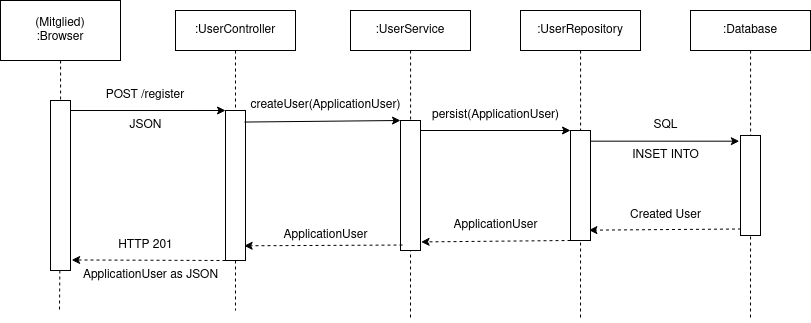
modermatt44/m223-project keeps this draw.io diagram as diagrams/sequenzdiagramm.png. Above is the earlier version. Source tidied: cells renumbered, new cells last; positions are measured from the earlier drawing's top-left corner, leaving out a move shared by most shapes. Its diagram source:
```xml
<mxGraphModel>
  <root>
    <mxCell id="0" />
    <mxCell id="1" parent="0" />
    <mxCell id="2" style="edgeStyle=orthogonalEdgeStyle;rounded=0;jettySize=auto;html=1;dashed=1;endArrow=none;endFill=0;" parent="1" edge="1" source="19">
      <mxGeometry relative="1" as="geometry">
        <mxPoint x="580" y="320" as="targetPoint" />
      </mxGeometry>
    </mxCell>
    <mxCell id="3" style="edgeStyle=orthogonalEdgeStyle;rounded=0;jettySize=auto;html=1;dashed=1;endArrow=none;endFill=0;" parent="1" edge="1" source="16">
      <mxGeometry relative="1" as="geometry">
        <mxPoint x="410" y="320" as="targetPoint" />
      </mxGeometry>
    </mxCell>
    <mxCell id="4" style="edgeStyle=orthogonalEdgeStyle;rounded=0;jettySize=auto;html=1;dashed=1;endArrow=none;endFill=0;" parent="1" edge="1" source="5">
      <mxGeometry relative="1" as="geometry">
        <mxPoint x="59" y="310" as="targetPoint" />
      </mxGeometry>
    </mxCell>
    <mxCell id="5" value="&lt;div&gt;(Mitglied)&lt;/div&gt;&lt;div&gt;:Browser&lt;br&gt;&lt;/div&gt;" style="rounded=0;whiteSpace=wrap;html=1;" parent="1" vertex="1">
      <mxGeometry width="120" height="60" as="geometry" />
    </mxCell>
    <mxCell id="6" style="rounded=0;whiteSpace=wrap;html=1;" parent="1" vertex="1">
      <mxGeometry x="50" y="100" width="20" height="170" as="geometry" />
    </mxCell>
    <mxCell id="7" style="edgeStyle=orthogonalEdgeStyle;rounded=0;jettySize=auto;html=1;dashed=1;endArrow=none;endFill=0;" parent="1" edge="1" source="8">
      <mxGeometry relative="1" as="geometry">
        <mxPoint x="235" y="310" as="targetPoint" />
      </mxGeometry>
    </mxCell>
    <mxCell id="8" value=":UserController" style="rounded=0;whiteSpace=wrap;html=1;" parent="1" vertex="1">
      <mxGeometry x="175" y="10" width="120" height="40" as="geometry" />
    </mxCell>
    <mxCell id="9" style="rounded=0;whiteSpace=wrap;html=1;" parent="1" vertex="1">
      <mxGeometry x="225" y="110" width="20" height="150" as="geometry" />
    </mxCell>
    <mxCell id="10" style="endArrow=classic;html=1;rounded=0;exitX=1;exitY=0.059;exitDx=0;exitDy=0;exitPerimeter=0;entryX=0;entryY=0;entryDx=0;entryDy=0;" parent="1" edge="1" source="6" target="9">
      <mxGeometry relative="1" as="geometry" />
    </mxCell>
    <mxCell id="11" value="POST /register" style="text;html=1;strokeColor=none;fillColor=none;align=center;verticalAlign=middle;whiteSpace=wrap;rounded=0;" parent="1" vertex="1">
      <mxGeometry x="85" y="80" width="120" height="30" as="geometry" />
    </mxCell>
    <mxCell id="12" value="JSON" style="text;html=1;align=center;verticalAlign=middle;strokeColor=none;fillColor=none;" parent="1" vertex="1">
      <mxGeometry x="115" y="110" width="60" height="30" as="geometry" />
    </mxCell>
    <mxCell id="13" style="rounded=0;whiteSpace=wrap;html=1;" parent="1" vertex="1">
      <mxGeometry x="400" y="120" width="20" height="130" as="geometry" />
    </mxCell>
    <mxCell id="14" style="endArrow=classic;html=1;rounded=0;entryX=0;entryY=0;entryDx=0;entryDy=0;exitX=0.95;exitY=0.077;exitDx=0;exitDy=0;exitPerimeter=0;" parent="1" edge="1" source="9" target="13">
      <mxGeometry relative="1" as="geometry" />
    </mxCell>
    <mxCell id="15" value="createUser(ApplicationUser)" style="text;html=1;align=center;verticalAlign=middle;points=[];strokeColor=none;fillColor=none;" parent="1" vertex="1">
      <mxGeometry x="240" y="90" width="170" height="30" as="geometry" />
    </mxCell>
    <mxCell id="16" value=":UserService" style="rounded=0;whiteSpace=wrap;html=1;" parent="1" vertex="1">
      <mxGeometry x="350" y="10" width="120" height="40" as="geometry" />
    </mxCell>
    <mxCell id="17" style="rounded=0;whiteSpace=wrap;html=1;" parent="1" vertex="1">
      <mxGeometry x="570" y="130" width="20" height="110" as="geometry" />
    </mxCell>
    <mxCell id="18" style="endArrow=classic;html=1;rounded=0;entryX=0;entryY=0;entryDx=0;entryDy=0;" parent="1" edge="1" target="17">
      <mxGeometry relative="1" as="geometry">
        <mxPoint x="420" y="130" as="sourcePoint" />
      </mxGeometry>
    </mxCell>
    <mxCell id="19" value=":UserRepository" style="rounded=0;whiteSpace=wrap;html=1;" parent="1" vertex="1">
      <mxGeometry x="520" y="10" width="120" height="40" as="geometry" />
    </mxCell>
    <mxCell id="20" value="persist(ApplicationUser)" style="text;html=1;align=center;verticalAlign=middle;strokeColor=none;fillColor=none;" parent="1" vertex="1">
      <mxGeometry x="420" y="100" width="150" height="30" as="geometry" />
    </mxCell>
    <mxCell id="21" style="edgeStyle=orthogonalEdgeStyle;rounded=0;jettySize=auto;html=1;dashed=1;endArrow=none;endFill=0;" parent="1" edge="1" source="22">
      <mxGeometry relative="1" as="geometry">
        <mxPoint x="750" y="320" as="targetPoint" />
      </mxGeometry>
    </mxCell>
    <mxCell id="22" value=":Database" style="rounded=0;whiteSpace=wrap;html=1;" parent="1" vertex="1">
      <mxGeometry x="690" y="10" width="120" height="40" as="geometry" />
    </mxCell>
    <mxCell id="23" style="rounded=0;whiteSpace=wrap;html=1;" parent="1" vertex="1">
      <mxGeometry x="740" y="135" width="20" height="100" as="geometry" />
    </mxCell>
    <mxCell id="24" style="endArrow=classic;html=1;rounded=0;entryX=-0.059;entryY=0.057;entryDx=0;entryDy=0;entryPerimeter=0;exitX=1;exitY=0.097;exitDx=0;exitDy=0;exitPerimeter=0;" parent="1" edge="1" source="17" target="23">
      <mxGeometry relative="1" as="geometry" />
    </mxCell>
    <mxCell id="25" value="SQL" style="text;html=1;align=center;verticalAlign=middle;strokeColor=none;fillColor=none;" parent="1" vertex="1">
      <mxGeometry x="640" y="110" width="50" height="30" as="geometry" />
    </mxCell>
    <mxCell id="26" value="INSET INTO" style="text;html=1;align=center;verticalAlign=middle;strokeColor=none;fillColor=none;" parent="1" vertex="1">
      <mxGeometry x="620" y="140" width="90" height="30" as="geometry" />
    </mxCell>
    <mxCell id="27" style="endArrow=classic;html=1;rounded=0;entryX=0.921;entryY=0.906;entryDx=0;entryDy=0;exitX=0.024;exitY=0.935;exitDx=0;exitDy=0;exitPerimeter=0;entryPerimeter=0;dashed=1;" parent="1" edge="1" source="23" target="17">
      <mxGeometry relative="1" as="geometry" />
    </mxCell>
    <mxCell id="28" value="Created User" style="text;html=1;align=center;verticalAlign=middle;strokeColor=none;fillColor=none;" parent="1" vertex="1">
      <mxGeometry x="620" y="200" width="90" height="30" as="geometry" />
    </mxCell>
    <mxCell id="29" style="endArrow=classic;html=1;rounded=0;entryX=1.029;entryY=0.934;entryDx=0;entryDy=0;entryPerimeter=0;exitX=0;exitY=1;exitDx=0;exitDy=0;dashed=1;" parent="1" edge="1" source="17" target="13">
      <mxGeometry relative="1" as="geometry" />
    </mxCell>
    <mxCell id="30" value="ApplicationUser" style="text;html=1;align=center;verticalAlign=middle;strokeColor=none;fillColor=none;" parent="1" vertex="1">
      <mxGeometry x="440" y="210" width="110" height="30" as="geometry" />
    </mxCell>
    <mxCell id="31" style="endArrow=classic;html=1;rounded=0;exitX=0.1;exitY=0.958;exitDx=0;exitDy=0;exitPerimeter=0;entryX=0.933;entryY=0.902;entryDx=0;entryDy=0;entryPerimeter=0;dashed=1;" parent="1" edge="1" source="13" target="9">
      <mxGeometry relative="1" as="geometry" />
    </mxCell>
    <mxCell id="32" value="ApplicationUser" style="text;html=1;align=center;verticalAlign=middle;strokeColor=none;fillColor=none;" parent="1" vertex="1">
      <mxGeometry x="270" y="220" width="110" height="30" as="geometry" />
    </mxCell>
    <mxCell id="33" style="endArrow=classic;html=1;rounded=0;exitX=0;exitY=1;exitDx=0;exitDy=0;entryX=1.058;entryY=0.938;entryDx=0;entryDy=0;entryPerimeter=0;dashed=1;" parent="1" edge="1" source="9" target="6">
      <mxGeometry relative="1" as="geometry" />
    </mxCell>
    <mxCell id="34" value="HTTP 201" style="text;html=1;align=center;verticalAlign=middle;strokeColor=none;fillColor=none;" parent="1" vertex="1">
      <mxGeometry x="105" y="230" width="80" height="30" as="geometry" />
    </mxCell>
    <mxCell id="35" value="ApplicationUser as JSON" style="text;html=1;align=center;verticalAlign=middle;strokeColor=none;fillColor=none;" parent="1" vertex="1">
      <mxGeometry x="70" y="260" width="160" height="30" as="geometry" />
    </mxCell>
  </root>
</mxGraphModel>
```
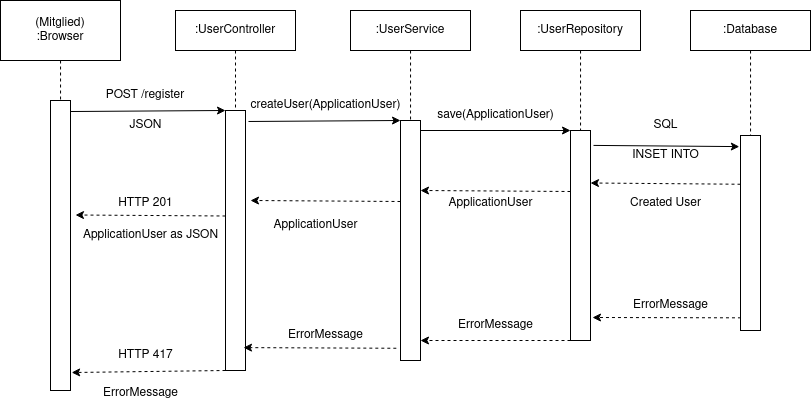
After the commit.

Diff of the diagram source:
```diff
@@ -21,7 +21,7 @@
       <mxGeometry width="120" height="60" as="geometry" />
     </mxCell>
     <mxCell id="6" style="rounded=0;whiteSpace=wrap;html=1;" parent="1" vertex="1">
-      <mxGeometry x="50" y="100" width="20" height="170" as="geometry" />
+      <mxGeometry x="50" y="100" width="20" height="290" as="geometry" />
     </mxCell>
     <mxCell id="7" style="edgeStyle=orthogonalEdgeStyle;rounded=0;jettySize=auto;html=1;dashed=1;endArrow=none;endFill=0;" parent="1" edge="1" source="8">
       <mxGeometry relative="1" as="geometry">
@@ -32,9 +32,9 @@
       <mxGeometry x="175" y="10" width="120" height="40" as="geometry" />
     </mxCell>
     <mxCell id="9" style="rounded=0;whiteSpace=wrap;html=1;" parent="1" vertex="1">
-      <mxGeometry x="225" y="110" width="20" height="150" as="geometry" />
+      <mxGeometry x="225" y="110" width="20" height="260" as="geometry" />
     </mxCell>
-    <mxCell id="10" style="endArrow=classic;html=1;rounded=0;exitX=1;exitY=0.059;exitDx=0;exitDy=0;exitPerimeter=0;entryX=0;entryY=0;entryDx=0;entryDy=0;" parent="1" edge="1" source="6" target="9">
+    <mxCell id="10" style="endArrow=classic;html=1;rounded=0;exitX=1;exitY=0.038;exitDx=0;exitDy=0;exitPerimeter=0;entryX=0;entryY=0;entryDx=0;entryDy=0;" parent="1" edge="1" source="6" target="9">
       <mxGeometry relative="1" as="geometry" />
     </mxCell>
     <mxCell id="11" value="POST /register" style="text;html=1;strokeColor=none;fillColor=none;align=center;verticalAlign=middle;whiteSpace=wrap;rounded=0;" parent="1" vertex="1">
@@ -44,9 +44,9 @@
       <mxGeometry x="115" y="110" width="60" height="30" as="geometry" />
     </mxCell>
     <mxCell id="13" style="rounded=0;whiteSpace=wrap;html=1;" parent="1" vertex="1">
-      <mxGeometry x="400" y="120" width="20" height="130" as="geometry" />
+      <mxGeometry x="400" y="120" width="20" height="240" as="geometry" />
     </mxCell>
-    <mxCell id="14" style="endArrow=classic;html=1;rounded=0;entryX=0;entryY=0;entryDx=0;entryDy=0;exitX=0.95;exitY=0.077;exitDx=0;exitDy=0;exitPerimeter=0;" parent="1" edge="1" source="9" target="13">
+    <mxCell id="14" style="endArrow=classic;html=1;rounded=0;entryX=0;entryY=0;entryDx=0;entryDy=0;exitX=0.047;exitY=1.033;exitDx=0;exitDy=0;exitPerimeter=0;" parent="1" edge="1" source="15" target="13">
       <mxGeometry relative="1" as="geometry" />
     </mxCell>
     <mxCell id="15" value="createUser(ApplicationUser)" style="text;html=1;align=center;verticalAlign=middle;points=[];strokeColor=none;fillColor=none;" parent="1" vertex="1">
@@ -56,7 +56,7 @@
       <mxGeometry x="350" y="10" width="120" height="40" as="geometry" />
     </mxCell>
     <mxCell id="17" style="rounded=0;whiteSpace=wrap;html=1;" parent="1" vertex="1">
-      <mxGeometry x="570" y="130" width="20" height="110" as="geometry" />
+      <mxGeometry x="570" y="130" width="20" height="210" as="geometry" />
     </mxCell>
     <mxCell id="18" style="endArrow=classic;html=1;rounded=0;entryX=0;entryY=0;entryDx=0;entryDy=0;" parent="1" edge="1" target="17">
       <mxGeometry relative="1" as="geometry">
@@ -66,8 +66,8 @@
     <mxCell id="19" value=":UserRepository" style="rounded=0;whiteSpace=wrap;html=1;" parent="1" vertex="1">
       <mxGeometry x="520" y="10" width="120" height="40" as="geometry" />
     </mxCell>
-    <mxCell id="20" value="persist(ApplicationUser)" style="text;html=1;align=center;verticalAlign=middle;strokeColor=none;fillColor=none;" parent="1" vertex="1">
-      <mxGeometry x="420" y="100" width="150" height="30" as="geometry" />
+    <mxCell id="20" value="save(ApplicationUser)" style="text;html=1;align=center;verticalAlign=middle;strokeColor=none;fillColor=none;" parent="1" vertex="1">
+      <mxGeometry x="425" y="100" width="140" height="30" as="geometry" />
     </mxCell>
     <mxCell id="21" style="edgeStyle=orthogonalEdgeStyle;rounded=0;jettySize=auto;html=1;dashed=1;endArrow=none;endFill=0;" parent="1" edge="1" source="22">
       <mxGeometry relative="1" as="geometry">
@@ -78,9 +78,9 @@
       <mxGeometry x="690" y="10" width="120" height="40" as="geometry" />
     </mxCell>
     <mxCell id="23" style="rounded=0;whiteSpace=wrap;html=1;" parent="1" vertex="1">
-      <mxGeometry x="740" y="135" width="20" height="100" as="geometry" />
+      <mxGeometry x="740" y="135" width="20" height="195" as="geometry" />
     </mxCell>
-    <mxCell id="24" style="endArrow=classic;html=1;rounded=0;entryX=-0.059;entryY=0.057;entryDx=0;entryDy=0;entryPerimeter=0;exitX=1;exitY=0.097;exitDx=0;exitDy=0;exitPerimeter=0;" parent="1" edge="1" source="17" target="23">
+    <mxCell id="24" style="endArrow=classic;html=1;rounded=0;entryX=-0.059;entryY=0.057;entryDx=0;entryDy=0;entryPerimeter=0;exitX=1.15;exitY=0.071;exitDx=0;exitDy=0;exitPerimeter=0;" parent="1" edge="1" source="17" target="23">
       <mxGeometry relative="1" as="geometry" />
     </mxCell>
     <mxCell id="25" value="SQL" style="text;html=1;align=center;verticalAlign=middle;strokeColor=none;fillColor=none;" parent="1" vertex="1">
@@ -89,32 +89,72 @@
     <mxCell id="26" value="INSET INTO" style="text;html=1;align=center;verticalAlign=middle;strokeColor=none;fillColor=none;" parent="1" vertex="1">
       <mxGeometry x="620" y="140" width="90" height="30" as="geometry" />
     </mxCell>
-    <mxCell id="27" style="endArrow=classic;html=1;rounded=0;entryX=0.921;entryY=0.906;entryDx=0;entryDy=0;exitX=0.024;exitY=0.935;exitDx=0;exitDy=0;exitPerimeter=0;entryPerimeter=0;dashed=1;" parent="1" edge="1" source="23" target="17">
-      <mxGeometry relative="1" as="geometry" />
+    <mxCell id="27" style="endArrow=classic;html=1;rounded=0;exitX=0.024;exitY=0.935;exitDx=0;exitDy=0;exitPerimeter=0;dashed=1;" parent="1" edge="1" source="23">
+      <mxGeometry relative="1" as="geometry">
+        <mxPoint x="592" y="317" as="targetPoint" />
+      </mxGeometry>
     </mxCell>
     <mxCell id="28" value="Created User" style="text;html=1;align=center;verticalAlign=middle;strokeColor=none;fillColor=none;" parent="1" vertex="1">
-      <mxGeometry x="620" y="200" width="90" height="30" as="geometry" />
+      <mxGeometry x="620" y="188" width="90" height="30" as="geometry" />
     </mxCell>
-    <mxCell id="29" style="endArrow=classic;html=1;rounded=0;entryX=1.029;entryY=0.934;entryDx=0;entryDy=0;entryPerimeter=0;exitX=0;exitY=1;exitDx=0;exitDy=0;dashed=1;" parent="1" edge="1" source="17" target="13">
-      <mxGeometry relative="1" as="geometry" />
+    <mxCell id="29" style="endArrow=classic;html=1;rounded=0;exitX=0;exitY=1;exitDx=0;exitDy=0;dashed=1;" parent="1" edge="1" source="17">
+      <mxGeometry relative="1" as="geometry">
+        <mxPoint x="420" y="340" as="targetPoint" />
+      </mxGeometry>
     </mxCell>
     <mxCell id="30" value="ApplicationUser" style="text;html=1;align=center;verticalAlign=middle;strokeColor=none;fillColor=none;" parent="1" vertex="1">
-      <mxGeometry x="440" y="210" width="110" height="30" as="geometry" />
+      <mxGeometry x="260" y="210" width="110" height="30" as="geometry" />
     </mxCell>
-    <mxCell id="31" style="endArrow=classic;html=1;rounded=0;exitX=0.1;exitY=0.958;exitDx=0;exitDy=0;exitPerimeter=0;entryX=0.933;entryY=0.902;entryDx=0;entryDy=0;entryPerimeter=0;dashed=1;" parent="1" edge="1" source="13" target="9">
+    <mxCell id="31" style="endArrow=classic;html=1;rounded=0;exitX=-0.209;exitY=0.949;exitDx=0;exitDy=0;exitPerimeter=0;dashed=1;entryX=0.9;entryY=0.912;entryDx=0;entryDy=0;entryPerimeter=0;" parent="1" edge="1" source="13" target="9">
       <mxGeometry relative="1" as="geometry" />
     </mxCell>
-    <mxCell id="32" value="ApplicationUser" style="text;html=1;align=center;verticalAlign=middle;strokeColor=none;fillColor=none;" parent="1" vertex="1">
-      <mxGeometry x="270" y="220" width="110" height="30" as="geometry" />
-    </mxCell>
     <mxCell id="33" style="endArrow=classic;html=1;rounded=0;exitX=0;exitY=1;exitDx=0;exitDy=0;entryX=1.058;entryY=0.938;entryDx=0;entryDy=0;entryPerimeter=0;dashed=1;" parent="1" edge="1" source="9" target="6">
       <mxGeometry relative="1" as="geometry" />
     </mxCell>
     <mxCell id="34" value="HTTP 201" style="text;html=1;align=center;verticalAlign=middle;strokeColor=none;fillColor=none;" parent="1" vertex="1">
-      <mxGeometry x="105" y="230" width="80" height="30" as="geometry" />
+      <mxGeometry x="105" y="188" width="80" height="30" as="geometry" />
     </mxCell>
     <mxCell id="35" value="ApplicationUser as JSON" style="text;html=1;align=center;verticalAlign=middle;strokeColor=none;fillColor=none;" parent="1" vertex="1">
-      <mxGeometry x="70" y="260" width="160" height="30" as="geometry" />
+      <mxGeometry x="70" y="220" width="160" height="30" as="geometry" />
     </mxCell>
+    <mxCell id="36" style="endArrow=classic;html=1;rounded=0;entryX=1;entryY=0.25;entryDx=0;entryDy=0;exitX=0;exitY=0.25;exitDx=0;exitDy=0;dashed=1;" parent="1" edge="1" source="23" target="17">
+      <mxGeometry relative="1" as="geometry" />
+    </mxCell>
+    <mxCell id="37" style="endArrow=classic;html=1;rounded=0;entryX=1;entryY=0.25;entryDx=0;entryDy=0;exitX=0;exitY=0.25;exitDx=0;exitDy=0;dashed=1;" parent="1" edge="1">
+      <mxGeometry relative="1" as="geometry">
+        <mxPoint x="570" y="191" as="sourcePoint" />
+        <mxPoint x="420" y="190" as="targetPoint" />
+      </mxGeometry>
+    </mxCell>
+    <mxCell id="38" style="endArrow=classic;html=1;rounded=0;entryX=1;entryY=0.25;entryDx=0;entryDy=0;exitX=0;exitY=0.25;exitDx=0;exitDy=0;dashed=1;" parent="1" edge="1">
+      <mxGeometry relative="1" as="geometry">
+        <mxPoint x="400" y="201" as="sourcePoint" />
+        <mxPoint x="250" y="200" as="targetPoint" />
+      </mxGeometry>
+    </mxCell>
+    <mxCell id="39" style="endArrow=classic;html=1;rounded=0;entryX=1;entryY=0.25;entryDx=0;entryDy=0;exitX=0;exitY=0.25;exitDx=0;exitDy=0;dashed=1;" parent="1" edge="1">
+      <mxGeometry relative="1" as="geometry">
+        <mxPoint x="225" y="215.5" as="sourcePoint" />
+        <mxPoint x="75" y="214.5" as="targetPoint" />
+      </mxGeometry>
+    </mxCell>
+    <mxCell id="32" value="ApplicationUser" style="text;html=1;align=center;verticalAlign=middle;strokeColor=none;fillColor=none;" parent="1" vertex="1">
+      <mxGeometry x="435" y="188" width="110" height="30" as="geometry" />
+    </mxCell>
+    <mxCell id="40" value="ErrorMessage" style="text;html=1;align=center;verticalAlign=middle;strokeColor=none;fillColor=none;" parent="1" vertex="1">
+      <mxGeometry x="620" y="290" width="100" height="30" as="geometry" />
+    </mxCell>
+    <mxCell id="41" value="ErrorMessage" style="text;html=1;align=center;verticalAlign=middle;strokeColor=none;fillColor=none;" parent="1" vertex="1">
+      <mxGeometry x="445" y="310" width="100" height="30" as="geometry" />
+    </mxCell>
+    <mxCell id="42" value="ErrorMessage" style="text;html=1;align=center;verticalAlign=middle;strokeColor=none;fillColor=none;" parent="1" vertex="1">
+      <mxGeometry x="275" y="320" width="100" height="30" as="geometry" />
+    </mxCell>
+    <mxCell id="43" value="HTTP 417" style="text;html=1;align=center;verticalAlign=middle;strokeColor=none;fillColor=none;" parent="1" vertex="1">
+      <mxGeometry x="105" y="340" width="80" height="30" as="geometry" />
+    </mxCell>
+    <mxCell id="44" value="ErrorMessage" style="text;html=1;align=center;verticalAlign=middle;strokeColor=none;fillColor=none;" parent="1" vertex="1">
+      <mxGeometry x="90" y="378" width="100" height="30" as="geometry" />
+    </mxCell>
   </root>
 </mxGraphModel>
```
